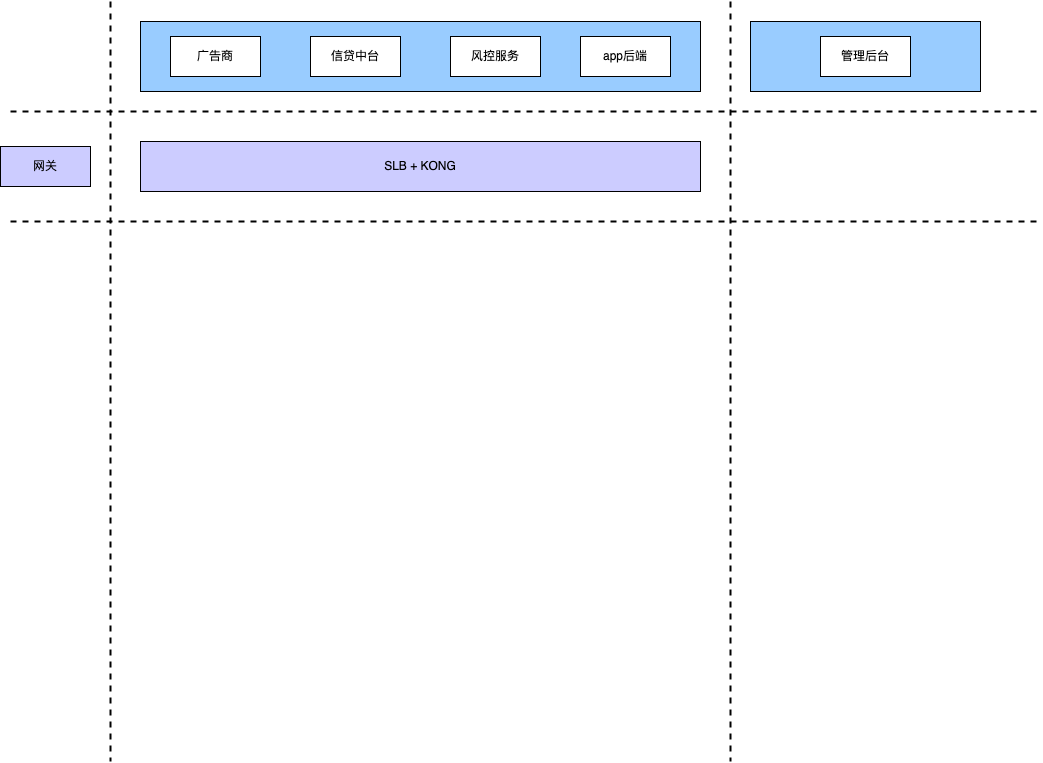
The draw.io diagram 信息流投放架构.png in yuanlj-tea/picgo, before a commit. Source tidied: cells renumbered, new cells last; positions are measured from the earlier drawing's top-left corner, leaving out a move shared by most shapes. Source of this version:
```xml
<mxGraphModel>
  <root>
    <mxCell id="0" />
    <mxCell id="1" parent="0" />
    <mxCell id="2" style="rounded=0;whiteSpace=wrap;html=1;fillColor=#99CCFF;" parent="1" vertex="1">
      <mxGeometry x="140" y="20" width="560" height="70" as="geometry" />
    </mxCell>
    <mxCell id="3" value="广告商" style="rounded=0;whiteSpace=wrap;html=1;" parent="1" vertex="1">
      <mxGeometry x="170" y="35" width="90" height="40" as="geometry" />
    </mxCell>
    <mxCell id="4" value="信贷中台" style="rounded=0;whiteSpace=wrap;html=1;" parent="1" vertex="1">
      <mxGeometry x="310" y="35" width="90" height="40" as="geometry" />
    </mxCell>
    <mxCell id="5" value="风控服务" style="rounded=0;whiteSpace=wrap;html=1;" parent="1" vertex="1">
      <mxGeometry x="450" y="35" width="90" height="40" as="geometry" />
    </mxCell>
    <mxCell id="6" value="app后端" style="rounded=0;whiteSpace=wrap;html=1;" parent="1" vertex="1">
      <mxGeometry x="580" y="35" width="90" height="40" as="geometry" />
    </mxCell>
    <mxCell id="7" style="endArrow=none;dashed=1;html=1;rounded=0;strokeWidth=2;" parent="1" edge="1">
      <mxGeometry relative="1" as="geometry">
        <mxPoint x="10" y="110" as="sourcePoint" />
        <mxPoint x="1040" y="110" as="targetPoint" />
      </mxGeometry>
    </mxCell>
    <mxCell id="8" style="endArrow=none;dashed=1;html=1;rounded=0;strokeWidth=2;" parent="1" edge="1">
      <mxGeometry relative="1" as="geometry">
        <mxPoint x="730" as="sourcePoint" />
        <mxPoint x="730" y="760" as="targetPoint" />
      </mxGeometry>
    </mxCell>
    <mxCell id="9" style="rounded=0;whiteSpace=wrap;html=1;fillColor=#99CCFF;" parent="1" vertex="1">
      <mxGeometry x="750" y="20" width="230" height="70" as="geometry" />
    </mxCell>
    <mxCell id="10" value="管理后台" style="rounded=0;whiteSpace=wrap;html=1;" parent="1" vertex="1">
      <mxGeometry x="820" y="35" width="90" height="40" as="geometry" />
    </mxCell>
    <mxCell id="11" style="endArrow=none;dashed=1;html=1;rounded=0;strokeWidth=2;" parent="1" edge="1">
      <mxGeometry relative="1" as="geometry">
        <mxPoint x="110" as="sourcePoint" />
        <mxPoint x="110" y="760" as="targetPoint" />
      </mxGeometry>
    </mxCell>
    <mxCell id="12" value="网关" style="rounded=0;whiteSpace=wrap;html=1;fillColor=#CCCCFF;" parent="1" vertex="1">
      <mxGeometry y="145" width="90" height="40" as="geometry" />
    </mxCell>
    <mxCell id="13" value="SLB + KONG" style="rounded=0;whiteSpace=wrap;html=1;fillColor=#CCCCFF;" parent="1" vertex="1">
      <mxGeometry x="140" y="140" width="560" height="50" as="geometry" />
    </mxCell>
    <mxCell id="14" style="endArrow=none;dashed=1;html=1;rounded=0;strokeWidth=2;" parent="1" edge="1">
      <mxGeometry relative="1" as="geometry">
        <mxPoint x="10" y="220" as="sourcePoint" />
        <mxPoint x="1040" y="220" as="targetPoint" />
      </mxGeometry>
    </mxCell>
  </root>
</mxGraphModel>
```
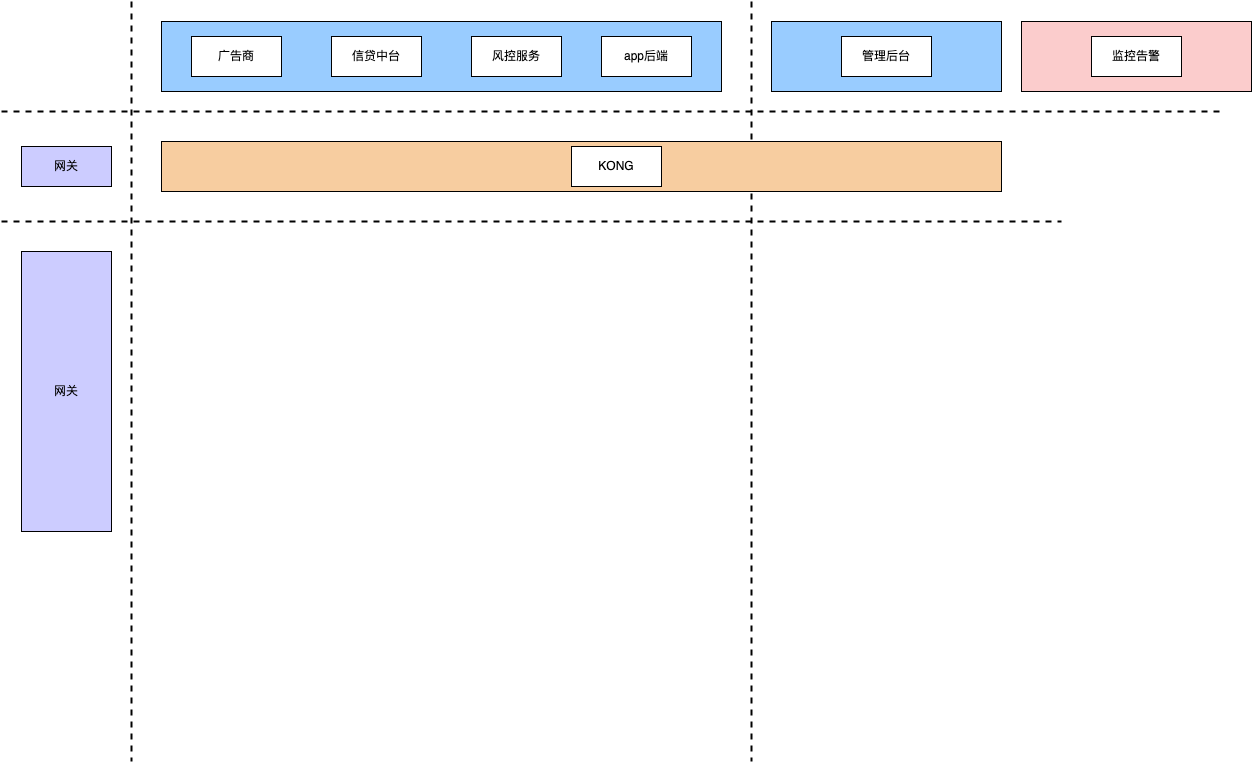
After the commit.

Commit message:
更新信息流投放架构.png

The edit, as a diff of the source:
```diff
@@ -19,8 +19,8 @@
     </mxCell>
     <mxCell id="7" style="endArrow=none;dashed=1;html=1;rounded=0;strokeWidth=2;" parent="1" edge="1">
       <mxGeometry relative="1" as="geometry">
-        <mxPoint x="10" y="110" as="sourcePoint" />
-        <mxPoint x="1040" y="110" as="targetPoint" />
+        <mxPoint x="-20" y="110" as="sourcePoint" />
+        <mxPoint x="1200" y="110" as="targetPoint" />
       </mxGeometry>
     </mxCell>
     <mxCell id="8" style="endArrow=none;dashed=1;html=1;rounded=0;strokeWidth=2;" parent="1" edge="1">
@@ -44,14 +44,26 @@
     <mxCell id="12" value="网关" style="rounded=0;whiteSpace=wrap;html=1;fillColor=#CCCCFF;" parent="1" vertex="1">
       <mxGeometry y="145" width="90" height="40" as="geometry" />
     </mxCell>
-    <mxCell id="13" value="SLB + KONG" style="rounded=0;whiteSpace=wrap;html=1;fillColor=#CCCCFF;" parent="1" vertex="1">
-      <mxGeometry x="140" y="140" width="560" height="50" as="geometry" />
+    <mxCell id="13" style="rounded=0;whiteSpace=wrap;html=1;fillColor=#F7CDA0;" parent="1" vertex="1">
+      <mxGeometry x="140" y="140" width="840" height="50" as="geometry" />
     </mxCell>
     <mxCell id="14" style="endArrow=none;dashed=1;html=1;rounded=0;strokeWidth=2;" parent="1" edge="1">
       <mxGeometry relative="1" as="geometry">
-        <mxPoint x="10" y="220" as="sourcePoint" />
+        <mxPoint x="-20" y="220" as="sourcePoint" />
         <mxPoint x="1040" y="220" as="targetPoint" />
       </mxGeometry>
     </mxCell>
+    <mxCell id="15" value="KONG" style="rounded=0;whiteSpace=wrap;html=1;" parent="1" vertex="1">
+      <mxGeometry x="550" y="145" width="90" height="40" as="geometry" />
+    </mxCell>
+    <mxCell id="16" value="网关" style="rounded=0;whiteSpace=wrap;html=1;fillColor=#CCCCFF;" parent="1" vertex="1">
+      <mxGeometry y="250" width="90" height="280" as="geometry" />
+    </mxCell>
+    <mxCell id="17" style="rounded=0;whiteSpace=wrap;html=1;fillColor=#FBCCCC;" parent="1" vertex="1">
+      <mxGeometry x="1000" y="20" width="230" height="70" as="geometry" />
+    </mxCell>
+    <mxCell id="18" value="监控告警" style="rounded=0;whiteSpace=wrap;html=1;" parent="1" vertex="1">
+      <mxGeometry x="1070" y="35" width="90" height="40" as="geometry" />
+    </mxCell>
   </root>
 </mxGraphModel>
```
